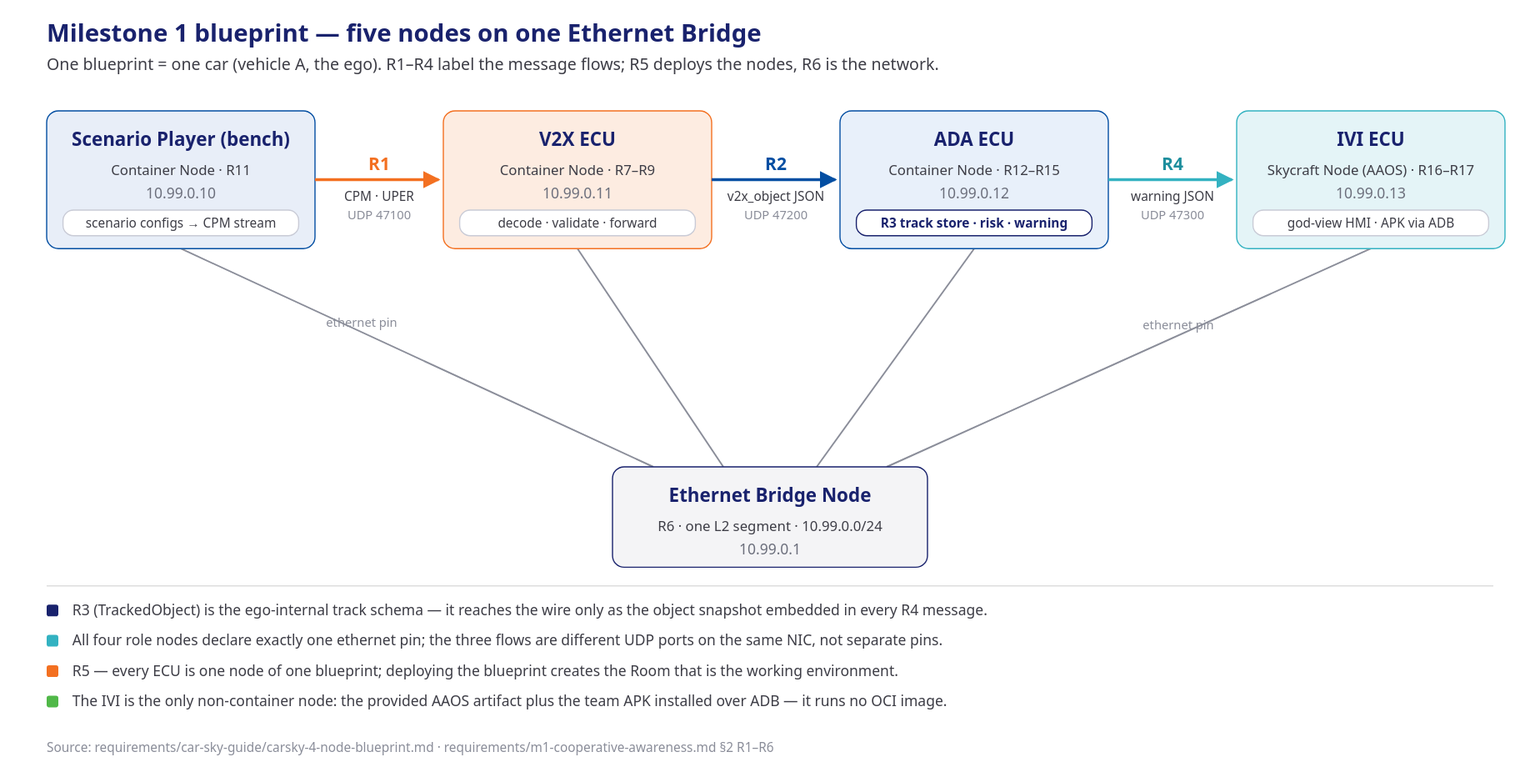
This is presentation/assets/m1-blueprint-5-nodes.svg from mnpham2101/FPT-Hackathon2026, a draw.io export, as it was before one commit. Source tidied: cells renumbered, new cells last; positions are measured from the earlier drawing's top-left corner, leaving out a move shared by most shapes.
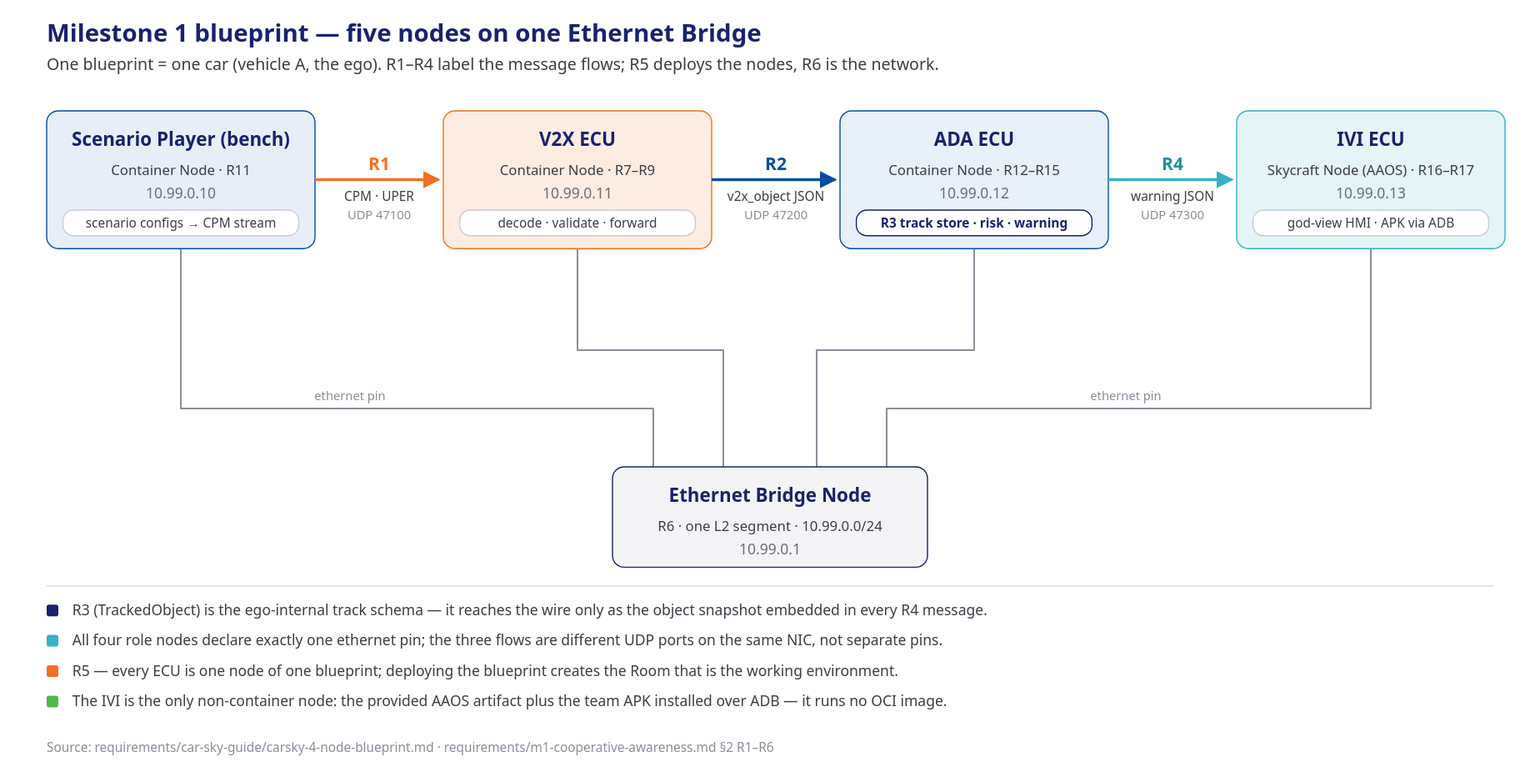
The same file after the commit.

Commit message:
docs: restructure the Phase 0 design deck and add its stack and call-flow diagrams

Change to the diagram source:
```diff
@@ -92,28 +92,44 @@
     <mxCell id="31" value="10.99.0.1" style="text;html=1;align=center;fontSize=12.5;fontColor=#6b6e7b;" parent="1" vertex="1">
       <mxGeometry x="485" y="446" width="270" height="18" as="geometry" />
     </mxCell>
-    <mxCell id="32" value="ethernet pin" style="endArrow=none;html=1;strokeColor=#8a8d99;strokeWidth=1.4;fontSize=10.5;fontColor=#8a8d99;" parent="1" edge="1">
+    <mxCell id="32" value="ethernet pin" style="edgeStyle=orthogonalEdgeStyle;rounded=0;endArrow=none;html=1;strokeColor=#8a8d99;strokeWidth=1.4;fontSize=10.5;fontColor=#8a8d99;" parent="1" edge="1">
       <mxGeometry relative="1" as="geometry">
         <mxPoint x="115" y="197" as="sourcePoint" />
         <mxPoint x="520" y="384" as="targetPoint" />
+        <Array as="points">
+          <mxPoint x="115" y="334" />
+          <mxPoint x="520" y="334" />
+        </Array>
       </mxGeometry>
     </mxCell>
-    <mxCell id="33" style="endArrow=none;html=1;strokeColor=#8a8d99;strokeWidth=1.4;" parent="1" edge="1">
+    <mxCell id="33" style="edgeStyle=orthogonalEdgeStyle;rounded=0;endArrow=none;html=1;strokeColor=#8a8d99;strokeWidth=1.4;" parent="1" edge="1">
       <mxGeometry relative="1" as="geometry">
         <mxPoint x="455" y="197" as="sourcePoint" />
         <mxPoint x="580" y="384" as="targetPoint" />
+        <Array as="points">
+          <mxPoint x="455" y="284" />
+          <mxPoint x="580" y="284" />
+        </Array>
       </mxGeometry>
     </mxCell>
-    <mxCell id="34" style="endArrow=none;html=1;strokeColor=#8a8d99;strokeWidth=1.4;" parent="1" edge="1">
+    <mxCell id="34" style="edgeStyle=orthogonalEdgeStyle;rounded=0;endArrow=none;html=1;strokeColor=#8a8d99;strokeWidth=1.4;" parent="1" edge="1">
       <mxGeometry relative="1" as="geometry">
         <mxPoint x="795" y="197" as="sourcePoint" />
         <mxPoint x="660" y="384" as="targetPoint" />
+        <Array as="points">
+          <mxPoint x="795" y="284" />
+          <mxPoint x="660" y="284" />
+        </Array>
       </mxGeometry>
     </mxCell>
-    <mxCell id="35" value="ethernet pin" style="endArrow=none;html=1;strokeColor=#8a8d99;strokeWidth=1.4;fontSize=10.5;fontColor=#8a8d99;" parent="1" edge="1">
+    <mxCell id="35" value="ethernet pin" style="edgeStyle=orthogonalEdgeStyle;rounded=0;endArrow=none;html=1;strokeColor=#8a8d99;strokeWidth=1.4;fontSize=10.5;fontColor=#8a8d99;" parent="1" edge="1">
       <mxGeometry relative="1" as="geometry">
         <mxPoint x="1135" y="197" as="sourcePoint" />
         <mxPoint x="720" y="384" as="targetPoint" />
+        <Array as="points">
+          <mxPoint x="1135" y="334" />
+          <mxPoint x="720" y="334" />
+        </Array>
       </mxGeometry>
     </mxCell>
     <mxCell id="36" value="R3 (TrackedObject) is the ego-internal track schema — it reaches the wire only as the object snapshot embedded in every R4 message." style="text;html=1;align=left;fontSize=12.5;fontColor=#3d3d46;" parent="1" vertex="1">
```
